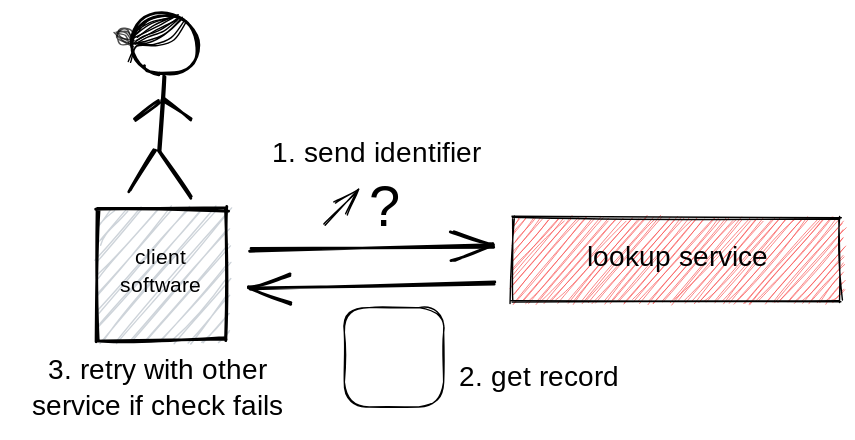
tkuhn/knowledge-space keeps this Excalidraw diagram as images/retrieving.svg. Above is the earlier version. Source tidied: one line per element, renumbered; positions are measured from the earlier drawing's top-left corner, leaving out a move shared by most shapes.
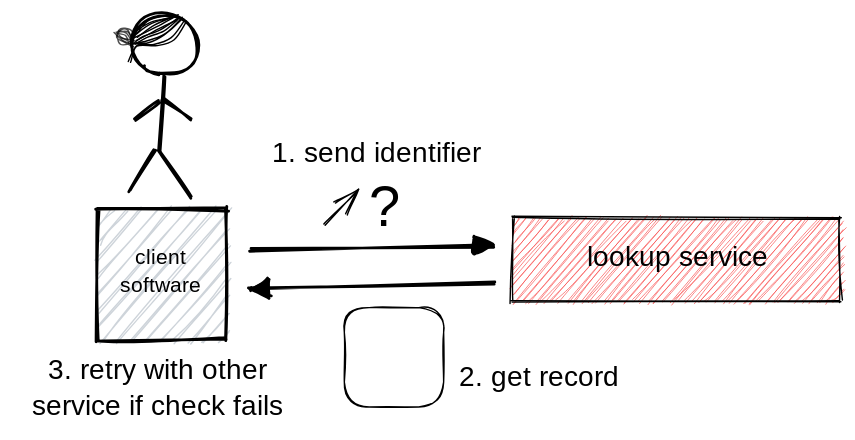
The same file after the commit.

What changed in the source:
```diff
@@ -1,10 +1,10 @@
 {"id": 0, "type": "rectangle", "strokeColor": "transparent", "backgroundColor": "#ffffff", "fillStyle": "solid", "strokeWidth": 1, "roughness": 1, "x": 357, "y": 148, "width": 234, "height": 59}
 {"id": 1, "type": "rectangle", "strokeColor": "#000000", "backgroundColor": "#fa5252", "fillStyle": "hachure", "strokeWidth": 1, "roughness": 1, "x": 356, "y": 146, "width": 234, "height": 59}
 {"id": 2, "type": "text", "text": "lookup service", "strokeColor": "#000000", "backgroundColor": "#228be6", "fillStyle": "solid", "strokeWidth": 1, "roughness": 1, "fontSize": 20, "fontFamily": 1, "textAlign": "center", "x": 406, "y": 162, "width": 135, "height": 26}
-{"id": 3, "type": "arrow", "strokeColor": "#000000", "strokeWidth": 2, "roughness": 1, "startArrowhead": "arrow", "from": 4, "to": 1, "x": 168, "y": 196, "width": 175, "height": 5, "points": [[0, 0], [175, -5]]}
+{"id": 3, "type": "arrow", "strokeColor": "#000000", "strokeWidth": 2, "roughness": 1, "startArrowhead": "triangle", "from": 4, "to": 1, "x": 168, "y": 196, "width": 175, "height": 5, "points": [[0, 0], [175, -5]]}
 {"id": 4, "type": "rectangle", "strokeColor": "#000000", "backgroundColor": "#ced4da", "fillStyle": "hachure", "strokeWidth": 2, "roughness": 1, "x": 60, "y": 139, "width": 92, "height": 94}
 {"id": 5, "type": "text", "text": "client\nsoftware", "strokeColor": "#000000", "backgroundColor": "#ced4da", "fillStyle": "hachure", "strokeWidth": 2, "roughness": 1, "fontSize": 15.0, "fontFamily": 1, "textAlign": "center", "verticalAlign": "middle", "x": 71, "y": 164, "width": 66, "height": 40}
-{"id": 6, "type": "arrow", "strokeColor": "#000000", "strokeWidth": 2, "roughness": 1, "endArrowhead": "arrow", "from": 4, "to": 1, "x": 169, "y": 168, "width": 174, "height": 2, "points": [[0, 0], [174, -2]]}
+{"id": 6, "type": "arrow", "strokeColor": "#000000", "strokeWidth": 2, "roughness": 1, "endArrowhead": "triangle", "from": 4, "to": 1, "x": 169, "y": 168, "width": 174, "height": 2, "points": [[0, 0], [174, -2]]}
 {"id": 7, "type": "text", "text": "?", "strokeColor": "#000000", "backgroundColor": "#12b886", "fillStyle": "hachure", "strokeWidth": 1, "strokeStyle": "dotted", "roughness": 0, "fontSize": 40.0, "fontFamily": 1, "x": 253, "y": 115, "width": 20, "height": 52}
 {"id": 8, "type": "arrow", "strokeColor": "#000000", "strokeWidth": 1, "roughness": 1, "endArrowhead": "arrow", "to": 7, "x": 221, "y": 151, "width": 24, "height": 26, "points": [[0, 0], [24, -26]]}
 {"id": 9, "type": "rectangle", "strokeColor": "#000000", "backgroundColor": "#ffffff", "fillStyle": "solid", "strokeWidth": 1, "roughness": 1, "x": 236, "y": 210, "width": 71, "height": 71}
```
